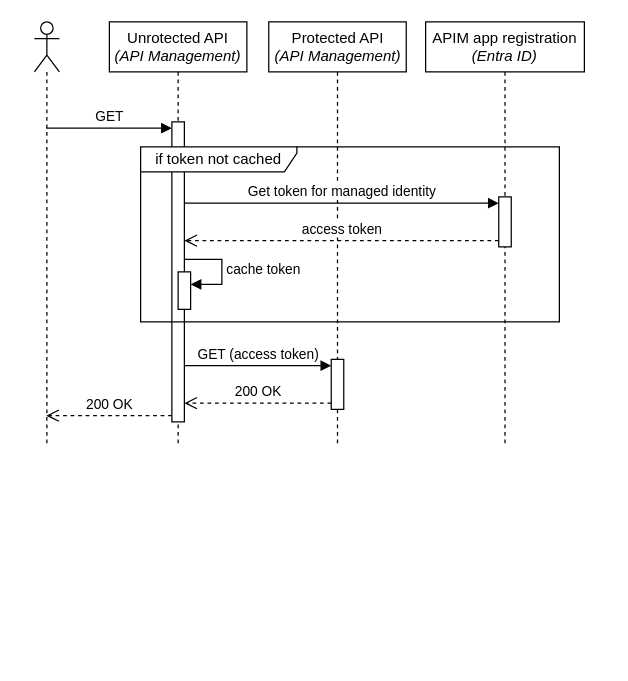
ronaldbosma/call-apim-with-managed-identity keeps this draw.io diagram as page "apim-to-apim" (2 of 4) of images/diagrams.drawio. Above is the earlier version. Source tidied: cells renumbered, new cells numbered last; positions are measured from the earlier drawing's top-left corner, leaving out a move shared by most shapes. Both pictures are drawn from the tidied source at 125%, with x=0, y=0 at pixel (34, 21).
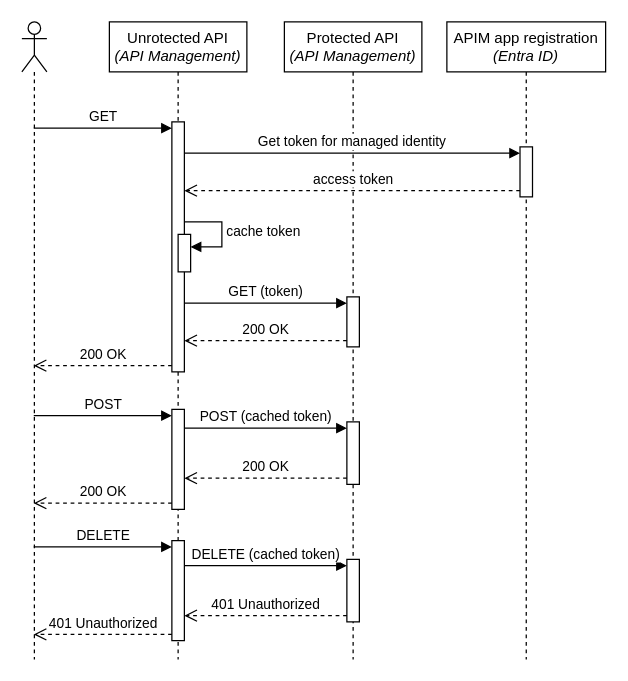
The same page after the edit.

Commit message (it also covers changes not shown here):
Add POST and DELETE to sequence diagrams

Change to the diagram source:
```diff
@@
+    <mxCell id="7" value="Unrotected API&lt;div&gt;&lt;i&gt;(API Management)&lt;/i&gt;&lt;/div&gt;" style="shape=umlLifeline;perimeter=lifelinePerimeter;whiteSpace=wrap;html=1;newEdgeStyle={&quot;curved&quot;:0,&quot;rounded&quot;:0};" parent="1" vertex="1">
+      <mxGeometry x="60" width="110" height="510" as="geometry" />
+    </mxCell>
+    <mxCell id="8" style="html=1;points=[[0,0,0,0,5],[0,1,0,0,-5],[1,0,0,0,5],[1,1,0,0,-5]];perimeter=orthogonalPerimeter;outlineConnect=0;targetShapes=umlLifeline;portConstraint=eastwest;newEdgeStyle={&quot;curved&quot;:0,&quot;rounded&quot;:0};" parent="7" vertex="1">
+      <mxGeometry x="50" y="80" width="10" height="200" as="geometry" />
+    </mxCell>
+    <mxCell id="18" style="html=1;points=[[0,0,0,0,5],[0,1,0,0,-5],[1,0,0,0,5],[1,1,0,0,-5]];perimeter=orthogonalPerimeter;outlineConnect=0;targetShapes=umlLifeline;portConstraint=eastwest;newEdgeStyle={&quot;curved&quot;:0,&quot;rounded&quot;:0};" parent="7" vertex="1">
+      <mxGeometry x="50" y="310" width="10" height="80" as="geometry" />
+    </mxCell>
+    <mxCell id="19" style="html=1;points=[[0,0,0,0,5],[0,1,0,0,-5],[1,0,0,0,5],[1,1,0,0,-5]];perimeter=orthogonalPerimeter;outlineConnect=0;targetShapes=umlLifeline;portConstraint=eastwest;newEdgeStyle={&quot;curved&quot;:0,&quot;rounded&quot;:0};" parent="7" vertex="1">
+      <mxGeometry x="50" y="415" width="10" height="80" as="geometry" />
+    </mxCell>
     <mxCell id="2" style="shape=umlLifeline;perimeter=lifelinePerimeter;whiteSpace=wrap;html=1;outlineConnect=0;portConstraint=eastwest;newEdgeStyle={&quot;curved&quot;:0,&quot;rounded&quot;:0};participant=umlActor;" parent="1" vertex="1">
-      <mxGeometry width="20" height="340" as="geometry" />
+      <mxGeometry x="-10" width="20" height="510" as="geometry" />
     </mxCell>
     <mxCell id="3" value="Protected API&lt;div&gt;&lt;i&gt;(API Management)&lt;/i&gt;&lt;/div&gt;" style="shape=umlLifeline;perimeter=lifelinePerimeter;whiteSpace=wrap;html=1;newEdgeStyle={&quot;curved&quot;:0,&quot;rounded&quot;:0};" parent="1" vertex="1">
-      <mxGeometry x="187.5" width="110" height="340" as="geometry" />
+      <mxGeometry x="200" width="110" height="510" as="geometry" />
     </mxCell>
     <mxCell id="4" style="html=1;points=[[0,0,0,0,5],[0,1,0,0,-5],[1,0,0,0,5],[1,1,0,0,-5]];perimeter=orthogonalPerimeter;outlineConnect=0;targetShapes=umlLifeline;portConstraint=eastwest;newEdgeStyle={&quot;curved&quot;:0,&quot;rounded&quot;:0};" parent="3" vertex="1">
-      <mxGeometry x="50" y="270" width="10" height="40" as="geometry" />
+      <mxGeometry x="50" y="220" width="10" height="40" as="geometry" />
     </mxCell>
+    <mxCell id="20" style="html=1;points=[[0,0,0,0,5],[0,1,0,0,-5],[1,0,0,0,5],[1,1,0,0,-5]];perimeter=orthogonalPerimeter;outlineConnect=0;targetShapes=umlLifeline;portConstraint=eastwest;newEdgeStyle={&quot;curved&quot;:0,&quot;rounded&quot;:0};" parent="3" vertex="1">
+      <mxGeometry x="50" y="320" width="10" height="50" as="geometry" />
+    </mxCell>
+    <mxCell id="21" style="html=1;points=[[0,0,0,0,5],[0,1,0,0,-5],[1,0,0,0,5],[1,1,0,0,-5]];perimeter=orthogonalPerimeter;outlineConnect=0;targetShapes=umlLifeline;portConstraint=eastwest;newEdgeStyle={&quot;curved&quot;:0,&quot;rounded&quot;:0};" parent="3" vertex="1">
+      <mxGeometry x="50" y="430" width="10" height="50" as="geometry" />
+    </mxCell>
     <mxCell id="5" value="APIM app registration&lt;div&gt;&lt;i&gt;(Entra ID)&lt;/i&gt;&lt;/div&gt;" style="shape=umlLifeline;perimeter=lifelinePerimeter;whiteSpace=wrap;html=1;newEdgeStyle={&quot;curved&quot;:0,&quot;rounded&quot;:0};" parent="1" vertex="1">
-      <mxGeometry x="313" width="127" height="340" as="geometry" />
+      <mxGeometry x="330" width="127" height="510" as="geometry" />
     </mxCell>
     <mxCell id="6" style="html=1;points=[[0,0,0,0,5],[0,1,0,0,-5],[1,0,0,0,5],[1,1,0,0,-5]];perimeter=orthogonalPerimeter;outlineConnect=0;targetShapes=umlLifeline;portConstraint=eastwest;newEdgeStyle={&quot;curved&quot;:0,&quot;rounded&quot;:0};" parent="5" vertex="1">
-      <mxGeometry x="58.5" y="140" width="10" height="40" as="geometry" />
+      <mxGeometry x="58.5" y="100" width="10" height="40" as="geometry" />
     </mxCell>
-    <mxCell id="7" value="Unrotected API&lt;div&gt;&lt;i&gt;(API Management)&lt;/i&gt;&lt;/div&gt;" style="shape=umlLifeline;perimeter=lifelinePerimeter;whiteSpace=wrap;html=1;newEdgeStyle={&quot;curved&quot;:0,&quot;rounded&quot;:0};" parent="1" vertex="1">
-      <mxGeometry x="60" width="110" height="340" as="geometry" />
-    </mxCell>
-    <mxCell id="8" style="html=1;points=[[0,0,0,0,5],[0,1,0,0,-5],[1,0,0,0,5],[1,1,0,0,-5]];perimeter=orthogonalPerimeter;outlineConnect=0;targetShapes=umlLifeline;portConstraint=eastwest;newEdgeStyle={&quot;curved&quot;:0,&quot;rounded&quot;:0};" parent="7" vertex="1">
-      <mxGeometry x="50" y="80" width="10" height="240" as="geometry" />
-    </mxCell>
@@
-    <mxCell id="12" value="GET (access token)" style="html=1;verticalAlign=bottom;endArrow=block;curved=0;rounded=0;entryX=0;entryY=0;entryDx=0;entryDy=5;" parent="1" edge="1" source="8" target="4">
+    <mxCell id="12" value="GET (token)" style="html=1;verticalAlign=bottom;endArrow=block;curved=0;rounded=0;entryX=0;entryY=0;entryDx=0;entryDy=5;" parent="1" edge="1" source="8" target="4">
       <mxGeometry relative="1" as="geometry" />
     </mxCell>
-    <mxCell id="13" value="if token not cached" style="shape=umlFrame;whiteSpace=wrap;html=1;width=125;height=20;" parent="1" vertex="1">
-      <mxGeometry x="85" y="100" width="335" height="140" as="geometry" />
-    </mxCell>
@@
     <mxCell id="16" style="html=1;points=[[0,0,0,0,5],[0,1,0,0,-5],[1,0,0,0,5],[1,1,0,0,-5]];perimeter=orthogonalPerimeter;outlineConnect=0;targetShapes=umlLifeline;portConstraint=eastwest;newEdgeStyle={&quot;curved&quot;:0,&quot;rounded&quot;:0};" parent="1" vertex="1">
-      <mxGeometry x="115" y="200" width="10" height="30" as="geometry" />
+      <mxGeometry x="115" y="170" width="10" height="30" as="geometry" />
     </mxCell>
     <mxCell id="17" value="cache token" style="html=1;align=left;spacingLeft=2;endArrow=block;rounded=0;edgeStyle=orthogonalEdgeStyle;curved=0;rounded=0;" parent="1" edge="1" target="16">
       <mxGeometry relative="1" as="geometry">
-        <mxPoint x="120" y="190" as="sourcePoint" />
+        <mxPoint x="120" y="160" as="sourcePoint" />
         <Array as="points">
-          <mxPoint x="120" y="190" />
-          <mxPoint x="150" y="190" />
-          <mxPoint x="150" y="210" />
+          <mxPoint x="120" y="160" />
+          <mxPoint x="150" y="160" />
+          <mxPoint x="150" y="180" />
         </Array>
       </mxGeometry>
     </mxCell>
+    <mxCell id="22" value="POST" style="html=1;verticalAlign=bottom;endArrow=block;curved=0;rounded=0;entryX=0;entryY=0;entryDx=0;entryDy=5;" parent="1" edge="1" source="2" target="18">
+      <mxGeometry relative="1" as="geometry" />
+    </mxCell>
+    <mxCell id="23" value="200 OK" style="html=1;verticalAlign=bottom;endArrow=open;dashed=1;endSize=8;curved=0;rounded=0;exitX=0;exitY=1;exitDx=0;exitDy=-5;" parent="1" edge="1" source="18" target="2">
+      <mxGeometry relative="1" as="geometry" />
+    </mxCell>
+    <mxCell id="24" value="200 OK" style="html=1;verticalAlign=bottom;endArrow=open;dashed=1;endSize=8;curved=0;rounded=0;exitX=0;exitY=1;exitDx=0;exitDy=-5;" parent="1" edge="1" source="20" target="18">
+      <mxGeometry relative="1" as="geometry" />
+    </mxCell>
+    <mxCell id="25" value="POST (cached token)" style="html=1;verticalAlign=bottom;endArrow=block;curved=0;rounded=0;entryX=0;entryY=0;entryDx=0;entryDy=5;" parent="1" edge="1" source="18" target="20">
+      <mxGeometry relative="1" as="geometry" />
+    </mxCell>
+    <mxCell id="26" value="401 Unauthorized" style="html=1;verticalAlign=bottom;endArrow=open;dashed=1;endSize=8;curved=0;rounded=0;exitX=0;exitY=1;exitDx=0;exitDy=-5;" parent="1" edge="1" source="21" target="19">
+      <mxGeometry relative="1" as="geometry" />
+    </mxCell>
+    <mxCell id="27" value="DELETE (cached token)" style="html=1;verticalAlign=bottom;endArrow=block;curved=0;rounded=0;entryX=0;entryY=0;entryDx=0;entryDy=5;" parent="1" edge="1" source="19" target="21">
+      <mxGeometry relative="1" as="geometry" />
+    </mxCell>
+    <mxCell id="28" value="DELETE" style="html=1;verticalAlign=bottom;endArrow=block;curved=0;rounded=0;entryX=0;entryY=0;entryDx=0;entryDy=5;" parent="1" edge="1" source="2" target="19">
+      <mxGeometry relative="1" as="geometry" />
+    </mxCell>
+    <mxCell id="29" value="401 Unauthorized" style="html=1;verticalAlign=bottom;endArrow=open;dashed=1;endSize=8;curved=0;rounded=0;exitX=0;exitY=1;exitDx=0;exitDy=-5;" parent="1" edge="1" source="19" target="2">
+      <mxGeometry relative="1" as="geometry" />
+    </mxCell>
```
